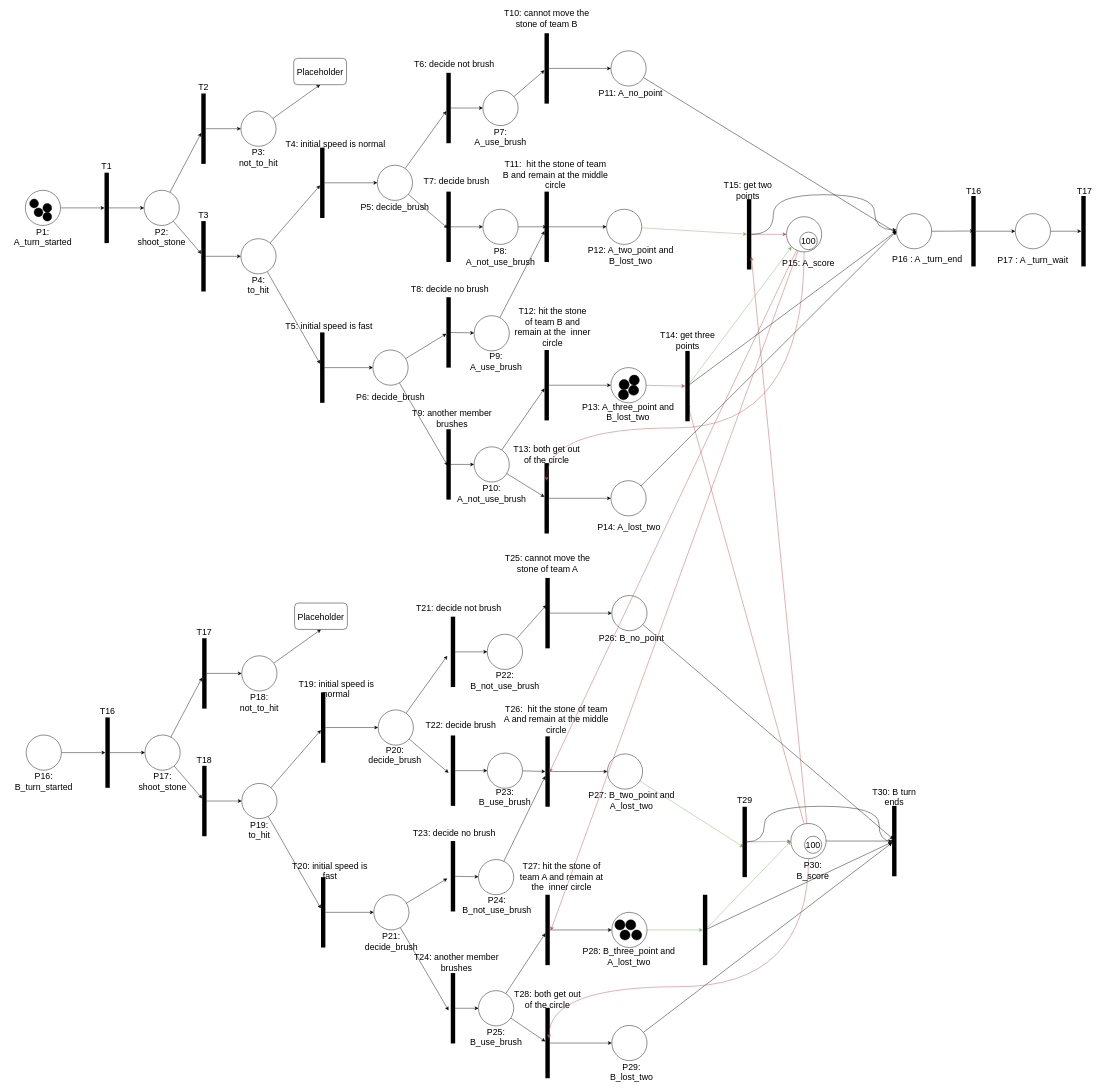
Above: 3100asmt3Q2.2.drawio in wkng0/heyy (draw.io), before the change. Source tidied: cells renumbered, new cells numbered last; positions are measured from the earlier drawing's top-left corner, leaving out a move shared by most shapes. Both pictures are drawn from the tidied source at 44%, with x=0, y=0 at pixel (7, 10).
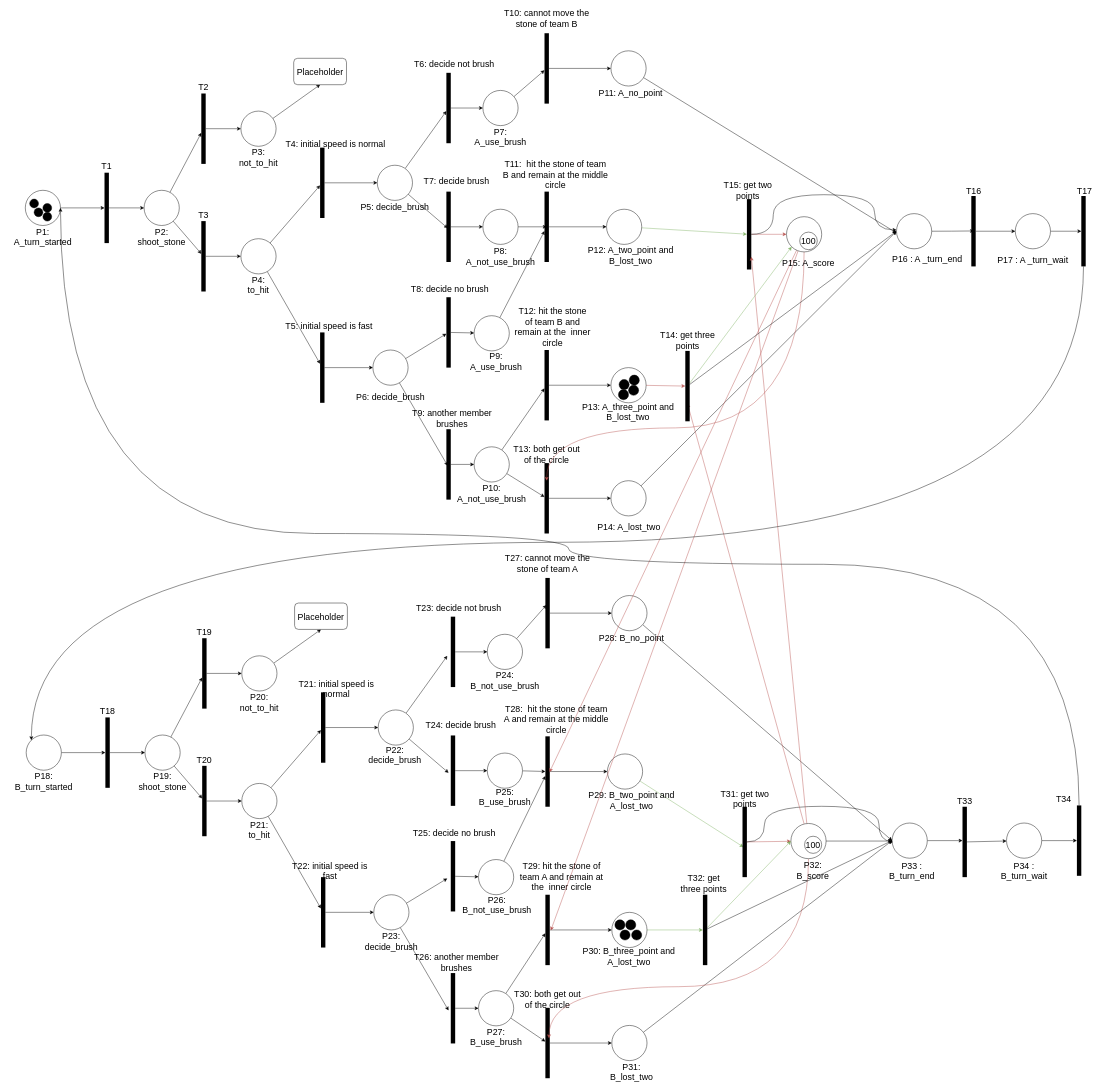
Above is the later version.

The change refers to these unchanged cells:
```xml
<mxCell id="3" style="ellipse;whiteSpace=wrap;html=1;fontSize=20;strokeWidth=1;fillColor=#FFFFFF;" parent="1" vertex="1">
  <mxGeometry x="40" y="410" width="80" height="80" as="geometry" />
</mxCell>
<mxCell id="80" style="ellipse;whiteSpace=wrap;html=1;fontSize=20;strokeWidth=1;fillColor=#FFFFFF;" parent="1" vertex="1">
  <mxGeometry x="42" y="1648" width="80" height="80" as="geometry" />
</mxCell>
<mxCell id="120" style="ellipse;whiteSpace=wrap;html=1;fontSize=20;strokeWidth=1;fillColor=#FFFFFF;" parent="1" vertex="1">
  <mxGeometry x="1373" y="1331" width="80" height="80" as="geometry" />
</mxCell>
<mxCell id="139" style="ellipse;whiteSpace=wrap;html=1;fontSize=20;strokeColor=#000000;strokeWidth=1;fillColor=#FFFFFF;" parent="1" vertex="1">
  <mxGeometry x="1373" y="2308" width="80" height="80" as="geometry" />
</mxCell>
<mxCell id="185" style="line;strokeWidth=10;direction=south;html=1;fontSize=20;fillColor=#FFFFFF;" parent="1" vertex="1">
  <mxGeometry x="1670" y="1811" width="10" height="160" as="geometry" />
</mxCell>
<mxCell id="189" style="ellipse;whiteSpace=wrap;html=1;fontSize=20;" parent="1" vertex="1">
  <mxGeometry x="1780" y="1849" width="80" height="80" as="geometry" />
</mxCell>
<mxCell id="217" style="line;strokeWidth=10;direction=south;html=1;fontSize=20;fillColor=#FFFFFF;" parent="1" vertex="1">
  <mxGeometry x="1580" y="2011" width="10" height="160" as="geometry" />
</mxCell>
<mxCell id="225" style="line;strokeWidth=10;direction=south;html=1;fontSize=20;fillColor=#FFFFFF;" parent="1" vertex="1">
  <mxGeometry x="2440" y="423" width="10" height="160" as="geometry" />
</mxCell>
```

Diff of the diagram source:
```diff
@@
-    <mxCell id="81" value="P16: B_turn_started" style="text;html=1;strokeColor=none;fillColor=none;align=center;verticalAlign=middle;whiteSpace=wrap;rounded=0;fontSize=20;" parent="1" vertex="1">
+    <mxCell id="81" value="P18: B_turn_started" style="text;html=1;strokeColor=none;fillColor=none;align=center;verticalAlign=middle;whiteSpace=wrap;rounded=0;fontSize=20;" parent="1" vertex="1">
       <mxGeometry x="2" y="1738" width="160" height="30" as="geometry" />
     </mxCell>
@@
-    <mxCell id="84" value="T16" style="text;html=1;strokeColor=none;fillColor=none;align=center;verticalAlign=middle;whiteSpace=wrap;rounded=0;fontSize=20;" parent="1" vertex="1">
+    <mxCell id="84" value="T18" style="text;html=1;strokeColor=none;fillColor=none;align=center;verticalAlign=middle;whiteSpace=wrap;rounded=0;fontSize=20;" parent="1" vertex="1">
       <mxGeometry x="197" y="1578" width="60" height="30" as="geometry" />
     </mxCell>
@@
-    <mxCell id="88" value="P17: shoot_stone" style="text;html=1;strokeColor=none;fillColor=none;align=center;verticalAlign=middle;whiteSpace=wrap;rounded=0;fontSize=20;" parent="1" vertex="1">
+    <mxCell id="88" value="P19: shoot_stone" style="text;html=1;strokeColor=none;fillColor=none;align=center;verticalAlign=middle;whiteSpace=wrap;rounded=0;fontSize=20;" parent="1" vertex="1">
       <mxGeometry x="322" y="1738" width="60" height="30" as="geometry" />
     </mxCell>
@@
-    <mxCell id="93" value="T17" style="text;html=1;strokeColor=none;fillColor=none;align=center;verticalAlign=middle;whiteSpace=wrap;rounded=0;fontSize=20;" parent="1" vertex="1">
+    <mxCell id="93" value="T19" style="text;html=1;strokeColor=none;fillColor=none;align=center;verticalAlign=middle;whiteSpace=wrap;rounded=0;fontSize=20;" parent="1" vertex="1">
       <mxGeometry x="417" y="1398" width="60" height="30" as="geometry" />
     </mxCell>
-    <mxCell id="94" value="P18: not_to_hit" style="text;html=1;strokeColor=none;fillColor=none;align=center;verticalAlign=middle;whiteSpace=wrap;rounded=0;fontSize=20;" parent="1" vertex="1">
+    <mxCell id="94" value="P20: not_to_hit" style="text;html=1;strokeColor=none;fillColor=none;align=center;verticalAlign=middle;whiteSpace=wrap;rounded=0;fontSize=20;" parent="1" vertex="1">
       <mxGeometry x="542" y="1558" width="60" height="30" as="geometry" />
     </mxCell>
@@
-    <mxCell id="98" value="T18" style="text;html=1;strokeColor=none;fillColor=none;align=center;verticalAlign=middle;whiteSpace=wrap;rounded=0;fontSize=20;" parent="1" vertex="1">
+    <mxCell id="98" value="T20" style="text;html=1;strokeColor=none;fillColor=none;align=center;verticalAlign=middle;whiteSpace=wrap;rounded=0;fontSize=20;" parent="1" vertex="1">
       <mxGeometry x="417" y="1688" width="60" height="30" as="geometry" />
     </mxCell>
@@
-    <mxCell id="102" value="P19:&lt;br&gt;to_hit" style="text;html=1;strokeColor=none;fillColor=none;align=center;verticalAlign=middle;whiteSpace=wrap;rounded=0;fontSize=20;" parent="1" vertex="1">
+    <mxCell id="102" value="P21:&lt;br&gt;to_hit" style="text;html=1;strokeColor=none;fillColor=none;align=center;verticalAlign=middle;whiteSpace=wrap;rounded=0;fontSize=20;" parent="1" vertex="1">
       <mxGeometry x="542" y="1848" width="60" height="30" as="geometry" />
     </mxCell>
@@
-    <mxCell id="107" value="T20: initial speed is fast" style="text;html=1;strokeColor=none;fillColor=none;align=center;verticalAlign=middle;whiteSpace=wrap;rounded=0;fontSize=20;" parent="1" vertex="1">
+    <mxCell id="107" value="T22: initial speed is fast" style="text;html=1;strokeColor=none;fillColor=none;align=center;verticalAlign=middle;whiteSpace=wrap;rounded=0;fontSize=20;" parent="1" vertex="1">
       <mxGeometry x="632" y="1941" width="201" height="30" as="geometry" />
     </mxCell>
@@
-    <mxCell id="111" value="P20: decide_brush" style="text;html=1;strokeColor=none;fillColor=none;align=center;verticalAlign=middle;whiteSpace=wrap;rounded=0;fontSize=20;" parent="1" vertex="1">
+    <mxCell id="111" value="P22: decide_brush" style="text;html=1;strokeColor=none;fillColor=none;align=center;verticalAlign=middle;whiteSpace=wrap;rounded=0;fontSize=20;" parent="1" vertex="1">
       <mxGeometry x="800" y="1678" width="160" height="30" as="geometry" />
     </mxCell>
@@
-    <mxCell id="115" value="P21: decide_brush" style="text;html=1;strokeColor=none;fillColor=none;align=center;verticalAlign=middle;whiteSpace=wrap;rounded=0;fontSize=20;" parent="1" vertex="1">
+    <mxCell id="115" value="P23: decide_brush" style="text;html=1;strokeColor=none;fillColor=none;align=center;verticalAlign=middle;whiteSpace=wrap;rounded=0;fontSize=20;" parent="1" vertex="1">
       <mxGeometry x="792" y="2101" width="160" height="30" as="geometry" />
     </mxCell>
@@
-    <mxCell id="118" value="T25: cannot move the stone of team A" style="text;html=1;strokeColor=none;fillColor=none;align=center;verticalAlign=middle;whiteSpace=wrap;rounded=0;fontSize=20;" parent="1" vertex="1">
+    <mxCell id="118" value="T27: cannot move the stone of team A" style="text;html=1;strokeColor=none;fillColor=none;align=center;verticalAlign=middle;whiteSpace=wrap;rounded=0;fontSize=20;" parent="1" vertex="1">
       <mxGeometry x="1127" y="1238" width="200" height="37" as="geometry" />
     </mxCell>
-    <mxCell id="119" style="rounded=0;jettySize=auto;html=1;entryX=0.475;entryY=0.7;entryDx=0;entryDy=0;entryPerimeter=0;fontSize=20;" parent="1" edge="1" source="120" target="193">
+    <mxCell id="119" style="rounded=0;jettySize=auto;html=1;entryX=0;entryY=0.5;entryDx=0;entryDy=0;fontSize=20;" parent="1" edge="1" source="120" target="231">
       <mxGeometry relative="1" as="geometry" />
     </mxCell>
@@
-    <mxCell id="121" value="P26: B_no_point" style="text;html=1;strokeColor=none;fillColor=none;align=center;verticalAlign=middle;whiteSpace=wrap;rounded=0;fontSize=20;" parent="1" vertex="1">
+    <mxCell id="121" value="P28: B_no_point" style="text;html=1;strokeColor=none;fillColor=none;align=center;verticalAlign=middle;whiteSpace=wrap;rounded=0;fontSize=20;" parent="1" vertex="1">
       <mxGeometry x="1313" y="1411" width="210" height="30" as="geometry" />
     </mxCell>
-    <mxCell id="122" value="T26: &amp;nbsp;hit the stone of team A and remain at the middle circle" style="text;html=1;strokeColor=none;fillColor=none;align=center;verticalAlign=middle;whiteSpace=wrap;rounded=0;fontSize=20;" parent="1" vertex="1">
+    <mxCell id="122" value="T28: &amp;nbsp;hit the stone of team A and remain at the middle circle" style="text;html=1;strokeColor=none;fillColor=none;align=center;verticalAlign=middle;whiteSpace=wrap;rounded=0;fontSize=20;" parent="1" vertex="1">
       <mxGeometry x="1122" y="1588" width="250" height="47" as="geometry" />
     </mxCell>
@@
-    <mxCell id="127" value="P27: B_two_point and A_lost_two" style="text;html=1;strokeColor=none;fillColor=none;align=center;verticalAlign=middle;whiteSpace=wrap;rounded=0;fontSize=20;" parent="1" vertex="1">
+    <mxCell id="127" value="P29: B_two_point and A_lost_two" style="text;html=1;strokeColor=none;fillColor=none;align=center;verticalAlign=middle;whiteSpace=wrap;rounded=0;fontSize=20;" parent="1" vertex="1">
       <mxGeometry x="1308" y="1781" width="220" height="30" as="geometry" />
     </mxCell>
@@
-    <mxCell id="130" value="T27: hit the stone of team A and remain at the &amp;nbsp;inner circle" style="text;html=1;strokeColor=none;fillColor=none;align=center;verticalAlign=middle;whiteSpace=wrap;rounded=0;fontSize=20;" parent="1" vertex="1">
+    <mxCell id="130" value="T29: hit the stone of team A and remain at the &amp;nbsp;inner circle" style="text;html=1;strokeColor=none;fillColor=none;align=center;verticalAlign=middle;whiteSpace=wrap;rounded=0;fontSize=20;" parent="1" vertex="1">
       <mxGeometry x="1150" y="1940.2" width="218" height="57.5" as="geometry" />
     </mxCell>
@@
-    <mxCell id="133" value="P28: B_three_point and A_lost_two" style="text;html=1;strokeColor=none;fillColor=none;align=center;verticalAlign=middle;whiteSpace=wrap;rounded=0;fontSize=20;" parent="1" vertex="1">
+    <mxCell id="133" value="P30: B_three_point and A_lost_two" style="text;html=1;strokeColor=none;fillColor=none;align=center;verticalAlign=middle;whiteSpace=wrap;rounded=0;fontSize=20;" parent="1" vertex="1">
       <mxGeometry x="1302" y="2136" width="220" height="30" as="geometry" />
     </mxCell>
-    <mxCell id="134" value="T19: initial speed is normal" style="text;html=1;strokeColor=none;fillColor=none;align=center;verticalAlign=middle;whiteSpace=wrap;rounded=0;fontSize=20;" parent="1" vertex="1">
+    <mxCell id="134" value="T21: initial speed is normal" style="text;html=1;strokeColor=none;fillColor=none;align=center;verticalAlign=middle;whiteSpace=wrap;rounded=0;fontSize=20;" parent="1" vertex="1">
       <mxGeometry x="632" y="1528" width="230" height="30" as="geometry" />
     </mxCell>
@@
-    <mxCell id="137" value="T28: both get out of the circle" style="text;html=1;strokeColor=none;fillColor=none;align=center;verticalAlign=middle;whiteSpace=wrap;rounded=0;fontSize=20;" parent="1" vertex="1">
+    <mxCell id="137" value="T30: both get out of the circle" style="text;html=1;strokeColor=none;fillColor=none;align=center;verticalAlign=middle;whiteSpace=wrap;rounded=0;fontSize=20;" parent="1" vertex="1">
       <mxGeometry x="1142" y="2228" width="170" height="40" as="geometry" />
     </mxCell>
-    <mxCell id="138" style="edgeStyle=none;rounded=0;jettySize=auto;html=1;fontSize=20;" parent="1" edge="1" source="139" target="193">
+    <mxCell id="138" style="edgeStyle=none;rounded=0;jettySize=auto;html=1;fontSize=20;entryX=0;entryY=0.5;entryDx=0;entryDy=0;" parent="1" edge="1" source="139" target="231">
       <mxGeometry relative="1" as="geometry" />
     </mxCell>
@@
-    <mxCell id="140" value="P29: B_lost_two" style="text;html=1;strokeColor=none;fillColor=none;align=center;verticalAlign=middle;whiteSpace=wrap;rounded=0;fontSize=20;" parent="1" vertex="1">
+    <mxCell id="140" value="P31: B_lost_two" style="text;html=1;strokeColor=none;fillColor=none;align=center;verticalAlign=middle;whiteSpace=wrap;rounded=0;fontSize=20;" parent="1" vertex="1">
       <mxGeometry x="1388" y="2398" width="60" height="30" as="geometry" />
     </mxCell>
@@
-    <mxCell id="158" value="T22: decide brush" style="text;html=1;strokeColor=none;fillColor=none;align=center;verticalAlign=middle;whiteSpace=wrap;rounded=0;fontSize=20;" parent="1" vertex="1">
+    <mxCell id="158" value="T24: decide brush" style="text;html=1;strokeColor=none;fillColor=none;align=center;verticalAlign=middle;whiteSpace=wrap;rounded=0;fontSize=20;" parent="1" vertex="1">
       <mxGeometry x="920" y="1609" width="220" height="30" as="geometry" />
     </mxCell>
-    <mxCell id="159" value="T21: decide not brush" style="text;html=1;strokeColor=none;fillColor=none;align=center;verticalAlign=middle;whiteSpace=wrap;rounded=0;fontSize=20;" parent="1" vertex="1">
+    <mxCell id="159" value="T23: decide not brush" style="text;html=1;strokeColor=none;fillColor=none;align=center;verticalAlign=middle;whiteSpace=wrap;rounded=0;fontSize=20;" parent="1" vertex="1">
       <mxGeometry x="910" y="1339" width="230" height="40" as="geometry" />
     </mxCell>
-    <mxCell id="160" value="T23: decide no brush" style="text;html=1;strokeColor=none;fillColor=none;align=center;verticalAlign=middle;whiteSpace=wrap;rounded=0;fontSize=20;" parent="1" vertex="1">
+    <mxCell id="160" value="T25: decide no brush" style="text;html=1;strokeColor=none;fillColor=none;align=center;verticalAlign=middle;whiteSpace=wrap;rounded=0;fontSize=20;" parent="1" vertex="1">
       <mxGeometry x="900" y="1849" width="230" height="40" as="geometry" />
     </mxCell>
-    <mxCell id="161" value="T24: another member brushes" style="text;html=1;strokeColor=none;fillColor=none;align=center;verticalAlign=middle;whiteSpace=wrap;rounded=0;fontSize=20;" parent="1" vertex="1">
+    <mxCell id="161" value="T26: another member brushes" style="text;html=1;strokeColor=none;fillColor=none;align=center;verticalAlign=middle;whiteSpace=wrap;rounded=0;fontSize=20;" parent="1" vertex="1">
       <mxGeometry x="900" y="2144" width="240" height="40" as="geometry" />
     </mxCell>
@@
-    <mxCell id="184" style="edgeStyle=orthogonalEdgeStyle;rounded=0;jettySize=auto;html=1;entryX=0.505;entryY=0.427;entryDx=0;entryDy=0;entryPerimeter=0;curved=1;" parent="1" edge="1" source="185" target="193">
+    <mxCell id="184" style="edgeStyle=orthogonalEdgeStyle;rounded=0;jettySize=auto;html=1;entryX=0.505;entryY=0.427;entryDx=0;entryDy=0;entryPerimeter=0;curved=1;" parent="1" edge="1" source="185">
       <mxGeometry relative="1" as="geometry">
+        <mxPoint x="2015.7" y="1889.8" as="targetPoint" />
         <Array as="points">
           <mxPoint x="1720" y="1891" />
           <mxPoint x="1720" y="1810" />
           <mxPoint x="1980" y="1810" />
           <mxPoint x="1980" y="1890" />
         </Array>
       </mxGeometry>
     </mxCell>
@@
-    <mxCell id="187" style="edgeStyle=none;rounded=0;jettySize=auto;html=1;fontSize=20;" parent="1" edge="1" source="189" target="193">
-      <mxGeometry relative="1" as="geometry" />
+    <mxCell id="187" style="edgeStyle=none;rounded=0;jettySize=auto;html=1;fontSize=20;" parent="1" edge="1" source="189">
+      <mxGeometry relative="1" as="geometry">
+        <mxPoint x="2010" y="1889" as="targetPoint" />
+      </mxGeometry>
     </mxCell>
@@
-    <mxCell id="193" style="line;strokeWidth=10;direction=south;html=1;fontSize=20;fillColor=#FFFFFF;" parent="1" vertex="1">
-      <mxGeometry x="2010" y="1809" width="10" height="160" as="geometry" />
-    </mxCell>
@@
-    <mxCell id="197" value="T29" style="text;html=1;strokeColor=none;fillColor=none;align=center;verticalAlign=middle;whiteSpace=wrap;rounded=0;fontSize=20;" parent="1" vertex="1">
-      <mxGeometry x="1645" y="1779" width="60" height="30" as="geometry" />
+    <mxCell id="197" value="T31: get two points" style="text;html=1;strokeColor=none;fillColor=none;align=center;verticalAlign=middle;whiteSpace=wrap;rounded=0;fontSize=20;" parent="1" vertex="1">
+      <mxGeometry x="1617.5" y="1778" width="115" height="30" as="geometry" />
     </mxCell>
-    <mxCell id="198" value="T30: B turn ends" style="text;html=1;strokeColor=none;fillColor=none;align=center;verticalAlign=middle;whiteSpace=wrap;rounded=0;fontSize=20;" parent="1" vertex="1">
-      <mxGeometry x="1960" y="1768" width="110" height="40" as="geometry" />
+    <mxCell id="198" value="P33 : B_turn_end" style="text;html=1;strokeColor=none;fillColor=none;align=center;verticalAlign=middle;whiteSpace=wrap;rounded=0;fontSize=20;" parent="1" vertex="1">
+      <mxGeometry x="2000" y="1936" width="110" height="40" as="geometry" />
     </mxCell>
-    <mxCell id="199" value="P22: B_not_use_brush" style="text;html=1;strokeColor=none;fillColor=none;align=center;verticalAlign=middle;whiteSpace=wrap;rounded=0;fontSize=20;" parent="1" vertex="1">
+    <mxCell id="199" value="P24: B_not_use_brush" style="text;html=1;strokeColor=none;fillColor=none;align=center;verticalAlign=middle;whiteSpace=wrap;rounded=0;fontSize=20;" parent="1" vertex="1">
       <mxGeometry x="1100" y="1509" width="60" height="30" as="geometry" />
     </mxCell>
-    <mxCell id="200" value="P23: B_use_brush" style="text;html=1;strokeColor=none;fillColor=none;align=center;verticalAlign=middle;whiteSpace=wrap;rounded=0;fontSize=20;" parent="1" vertex="1">
+    <mxCell id="200" value="P25: B_use_brush" style="text;html=1;strokeColor=none;fillColor=none;align=center;verticalAlign=middle;whiteSpace=wrap;rounded=0;fontSize=20;" parent="1" vertex="1">
       <mxGeometry x="1100" y="1773" width="60" height="30" as="geometry" />
     </mxCell>
-    <mxCell id="201" value="P24: B_not_use_brush" style="text;html=1;strokeColor=none;fillColor=none;align=center;verticalAlign=middle;whiteSpace=wrap;rounded=0;fontSize=20;" parent="1" vertex="1">
+    <mxCell id="201" value="P26: B_not_use_brush" style="text;html=1;strokeColor=none;fillColor=none;align=center;verticalAlign=middle;whiteSpace=wrap;rounded=0;fontSize=20;" parent="1" vertex="1">
       <mxGeometry x="1082" y="2019" width="60" height="30" as="geometry" />
     </mxCell>
-    <mxCell id="202" value="P25: B_use_brush" style="text;html=1;strokeColor=none;fillColor=none;align=center;verticalAlign=middle;whiteSpace=wrap;rounded=0;fontSize=20;" parent="1" vertex="1">
+    <mxCell id="202" value="P27: B_use_brush" style="text;html=1;strokeColor=none;fillColor=none;align=center;verticalAlign=middle;whiteSpace=wrap;rounded=0;fontSize=20;" parent="1" vertex="1">
       <mxGeometry x="1080" y="2319" width="60" height="30" as="geometry" />
     </mxCell>
-    <mxCell id="203" value="P30: B_score" style="text;html=1;strokeColor=none;fillColor=none;align=center;verticalAlign=middle;whiteSpace=wrap;rounded=0;fontSize=20;" parent="1" vertex="1">
+    <mxCell id="203" value="P32: B_score" style="text;html=1;strokeColor=none;fillColor=none;align=center;verticalAlign=middle;whiteSpace=wrap;rounded=0;fontSize=20;" parent="1" vertex="1">
       <mxGeometry x="1800" y="1940.2" width="60" height="30" as="geometry" />
     </mxCell>
@@
-    <mxCell id="216" style="edgeStyle=none;rounded=0;jettySize=auto;html=1;" parent="1" edge="1" source="217" target="193">
+    <mxCell id="216" style="edgeStyle=none;rounded=0;jettySize=auto;html=1;entryX=0;entryY=0.5;entryDx=0;entryDy=0;" parent="1" edge="1" source="217" target="231">
       <mxGeometry relative="1" as="geometry" />
     </mxCell>
@@
+    <mxCell id="229" style="edgeStyle=orthogonalEdgeStyle;rounded=0;jettySize=auto;html=1;entryX=0;entryY=0;entryDx=0;entryDy=0;fontSize=20;curved=1;" parent="1" edge="1" source="225" target="80">
+      <mxGeometry relative="1" as="geometry">
+        <Array as="points">
+          <mxPoint x="2445" y="1210" />
+          <mxPoint x="54" y="1210" />
+        </Array>
+      </mxGeometry>
+    </mxCell>
@@
+    <mxCell id="230" style="edgeStyle=none;rounded=0;jettySize=auto;html=1;fontSize=20;" parent="1" edge="1" source="231">
+      <mxGeometry relative="1" as="geometry">
+        <mxPoint x="2170" y="1888" as="targetPoint" />
+      </mxGeometry>
+    </mxCell>
+    <mxCell id="231" style="ellipse;whiteSpace=wrap;html=1;fontSize=20;" parent="1" vertex="1">
+      <mxGeometry x="2010" y="1848" width="80" height="80" as="geometry" />
+    </mxCell>
+    <mxCell id="232" style="edgeStyle=none;rounded=0;jettySize=auto;html=1;fontSize=20;" parent="1" edge="1" source="233" target="235">
+      <mxGeometry relative="1" as="geometry" />
+    </mxCell>
+    <mxCell id="233" style="line;strokeWidth=10;direction=south;html=1;fontSize=20;fillColor=#FFFFFF;" parent="1" vertex="1">
+      <mxGeometry x="2170" y="1811" width="10" height="160" as="geometry" />
+    </mxCell>
+    <mxCell id="234" style="edgeStyle=none;rounded=0;jettySize=auto;html=1;fontSize=20;" parent="1" edge="1" source="235">
+      <mxGeometry relative="1" as="geometry">
+        <mxPoint x="2430" y="1888" as="targetPoint" />
+      </mxGeometry>
+    </mxCell>
+    <mxCell id="235" style="ellipse;whiteSpace=wrap;html=1;fontSize=20;" parent="1" vertex="1">
+      <mxGeometry x="2270" y="1848" width="80" height="80" as="geometry" />
+    </mxCell>
+    <mxCell id="236" style="edgeStyle=orthogonalEdgeStyle;curved=1;rounded=0;jettySize=auto;html=1;fontSize=20;entryX=1;entryY=0.5;entryDx=0;entryDy=0;" parent="1" edge="1" source="237" target="3">
+      <mxGeometry relative="1" as="geometry">
+        <Array as="points">
+          <mxPoint x="2435" y="1260" />
+          <mxPoint x="1275" y="1260" />
+          <mxPoint x="1275" y="1190" />
+          <mxPoint x="120" y="1190" />
+        </Array>
+      </mxGeometry>
+    </mxCell>
+    <mxCell id="237" style="line;strokeWidth=10;direction=south;html=1;fontSize=20;fillColor=#FFFFFF;" parent="1" vertex="1">
+      <mxGeometry x="2430" y="1808" width="10" height="160" as="geometry" />
+    </mxCell>
+    <mxCell id="238" value="P34 : B_turn_wait" style="text;html=1;strokeColor=none;fillColor=none;align=center;verticalAlign=middle;whiteSpace=wrap;rounded=0;fontSize=20;" parent="1" vertex="1">
+      <mxGeometry x="2255" y="1936" width="110" height="40" as="geometry" />
+    </mxCell>
+    <mxCell id="239" value="T32: get three points" style="text;html=1;strokeColor=none;fillColor=none;align=center;verticalAlign=middle;whiteSpace=wrap;rounded=0;fontSize=20;" parent="1" vertex="1">
+      <mxGeometry x="1523" y="1970.2" width="117.5" height="30" as="geometry" />
+    </mxCell>
+    <mxCell id="240" value="T33" style="text;html=1;strokeColor=none;fillColor=none;align=center;verticalAlign=middle;whiteSpace=wrap;rounded=0;fontSize=20;" parent="1" vertex="1">
+      <mxGeometry x="2145" y="1783" width="60" height="30" as="geometry" />
+    </mxCell>
+    <mxCell id="241" value="T34" style="text;html=1;strokeColor=none;fillColor=none;align=center;verticalAlign=middle;whiteSpace=wrap;rounded=0;fontSize=20;" parent="1" vertex="1">
+      <mxGeometry x="2370" y="1778" width="60" height="30" as="geometry" />
+    </mxCell>
```
